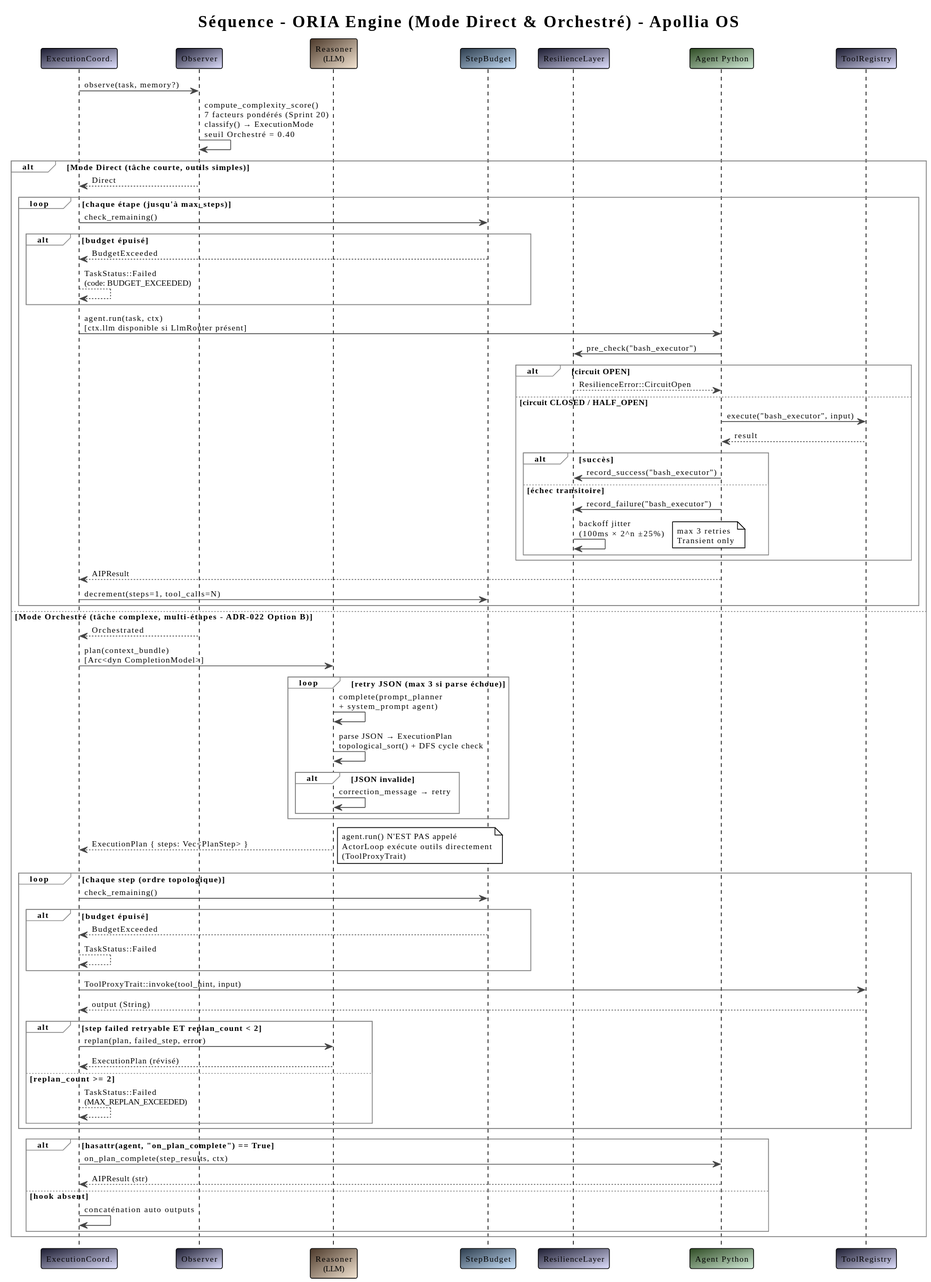
nidal-z/apollia-os keeps this PlantUML diagram as book/src/appendix-a-diagrams/seq-oria-loop.svg. Above is the earlier version. Its diagram source:
```plantuml
@startuml
!theme plain
skinparam backgroundColor #FFFFFF
skinparam defaultFontName "JetBrains Mono"
skinparam defaultFontSize 11
skinparam ArrowColor #444444
skinparam BorderColor #444444
skinparam SequenceGroupBorderColor #888888

title Séquence - ORIA Engine (Mode Direct & Orchestré) - Apollia OS

participant "ExecutionCoord." as coord #1a1a2e/e0e0ff
participant "Observer" as obs #1a1a2e/e0e0ff
participant "Reasoner\n(LLM)" as reasoner #4a3728/f5e6d3
participant "StepBudget" as budget #2a3a4a/cce5ff
participant "ResilienceLayer" as resilience #1a1a2e/e0e0ff
participant "Agent Python" as agent #2d4a22/d4edda
participant "ToolRegistry" as tools #1a1a2e/e0e0ff

coord -> obs : observe(task, memory?)

obs -> obs : compute_complexity_score()\n7 facteurs pondérés (Sprint 20)\nclassify() → ExecutionMode\nseuil Orchestré = 0.40

alt Mode Direct (tâche courte, outils simples)

  obs --> coord : Direct

  loop chaque étape (jusqu'à max_steps)
    coord -> budget : check_remaining()

    alt budget épuisé
      budget --> coord : BudgetExceeded
      coord --> coord : TaskStatus::Failed\n(code: BUDGET_EXCEEDED)
    end

    coord -> agent : agent.run(task, ctx)\n[ctx.llm disponible si LlmRouter présent]
    agent -> resilience : pre_check("bash_executor")

    alt circuit OPEN
      resilience --> agent : ResilienceError::CircuitOpen
    else circuit CLOSED / HALF_OPEN
      agent -> tools : execute("bash_executor", input)
      tools --> agent : result

      alt succès
        agent -> resilience : record_success("bash_executor")
      else échec transitoire
        agent -> resilience : record_failure("bash_executor")
        resilience -> resilience : backoff jitter\n(100ms × 2^n ±25%)
        note right : max 3 retries\nTransient only
      end
    end

    agent --> coord : AIPResult
    coord -> budget : decrement(steps=1, tool_calls=N)
  end

else Mode Orchestré (tâche complexe, multi-étapes - ADR-022 Option B)

  obs --> coord : Orchestrated

  coord -> reasoner : plan(context_bundle)\n[Arc<dyn CompletionModel>]

  loop retry JSON (max 3 si parse échoue)
    reasoner -> reasoner : complete(prompt_planner\n+ system_prompt agent)
    reasoner -> reasoner : parse JSON → ExecutionPlan\ntopological_sort() + DFS cycle check
    alt JSON invalide
      reasoner -> reasoner : correction_message → retry
    end
  end

  reasoner --> coord : ExecutionPlan { steps: Vec<PlanStep> }
  note right : agent.run() N'EST PAS appelé\nActorLoop exécute outils directement\n(ToolProxyTrait)

  loop chaque step (ordre topologique)
    coord -> budget : check_remaining()

    alt budget épuisé
      budget --> coord : BudgetExceeded
      coord --> coord : TaskStatus::Failed
    end

    coord -> tools : ToolProxyTrait::invoke(tool_hint, input)
    tools --> coord : output (String)

    alt step failed retryable ET replan_count < 2
      coord -> reasoner : replan(plan, failed_step, error)
      reasoner --> coord : ExecutionPlan (révisé)
    else replan_count >= 2
      coord --> coord : TaskStatus::Failed\n(MAX_REPLAN_EXCEEDED)
    end
  end

  alt hasattr(agent, "on_plan_complete") == True
    coord -> agent : on_plan_complete(step_results, ctx)
    agent --> coord : AIPResult (str)
  else hook absent
    coord -> coord : concaténation auto outputs
  end

end
@enduml
```
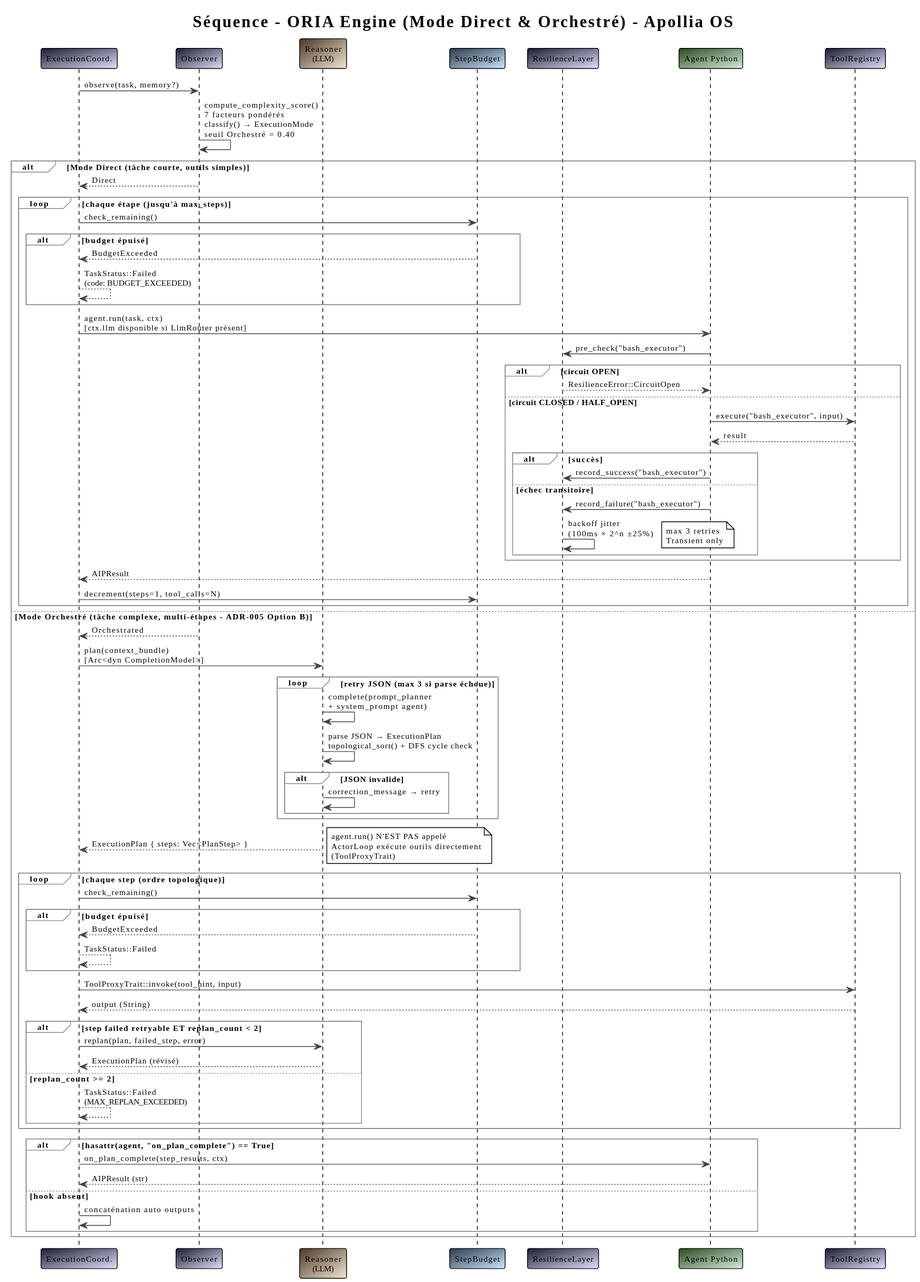
After the commit.

Diff of the diagram source:
```diff
@@ -19,7 +19,7 @@
 
 coord -> obs : observe(task, memory?)
 
-obs -> obs : compute_complexity_score()\n7 facteurs pondérés (Sprint 20)\nclassify() → ExecutionMode\nseuil Orchestré = 0.40
+obs -> obs : compute_complexity_score()\n7 facteurs pondérés\nclassify() → ExecutionMode\nseuil Orchestré = 0.40
 
 alt Mode Direct (tâche courte, outils simples)
 
@@ -55,7 +55,7 @@
     coord -> budget : decrement(steps=1, tool_calls=N)
   end
 
-else Mode Orchestré (tâche complexe, multi-étapes - ADR-022 Option B)
+else Mode Orchestré (tâche complexe, multi-étapes - ADR-005 Option B)
 
   obs --> coord : Orchestrated
 
```
